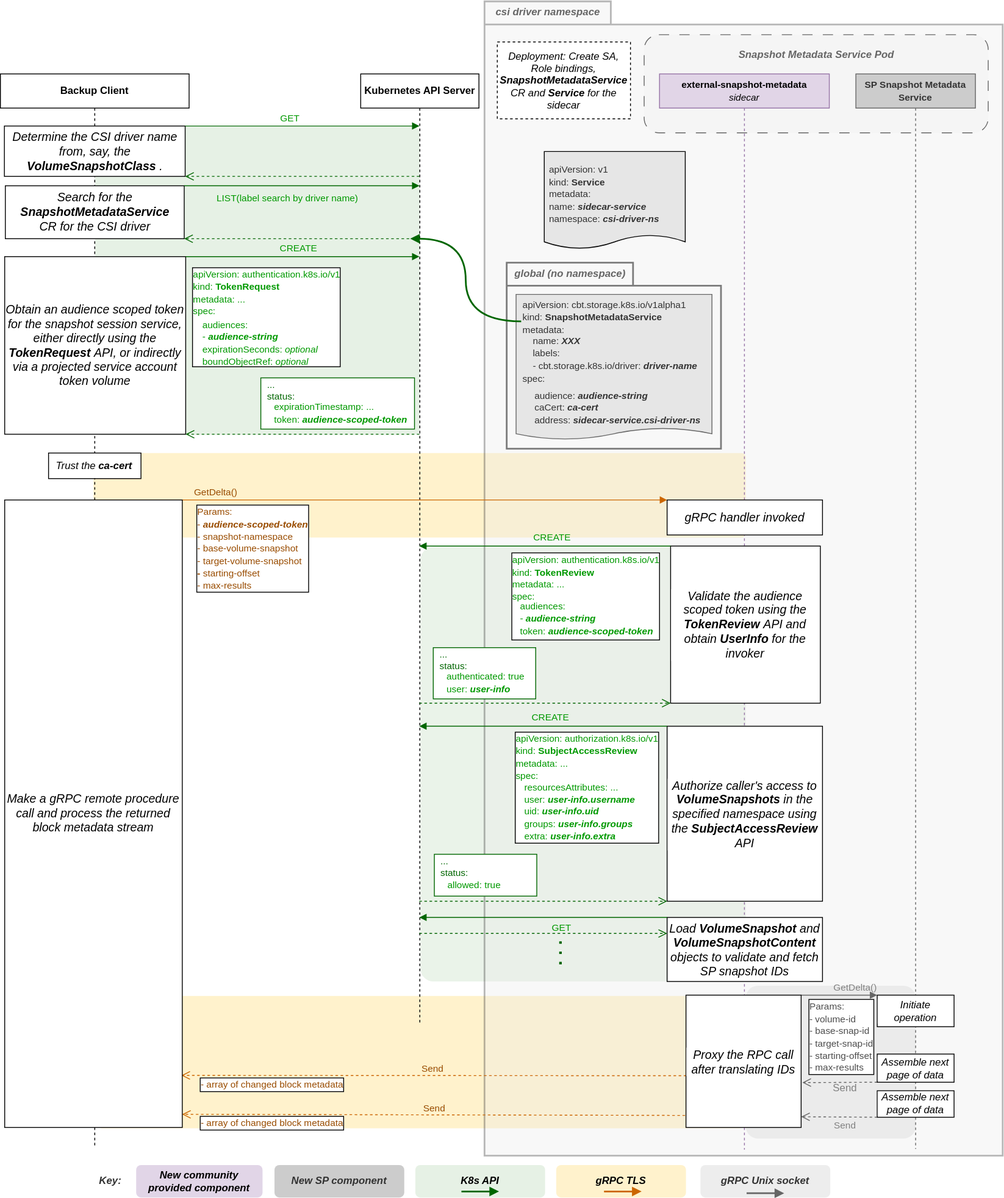
Before: keps/sig-storage/3314-csi-changed-block-tracking/flow.drawio.svg, a diagram exported from draw.io (kubernetes/enhancements). Source tidied: cells renumbered, new cells last; positions are measured from the earlier drawing's top-left corner, leaving out a move shared by most shapes.
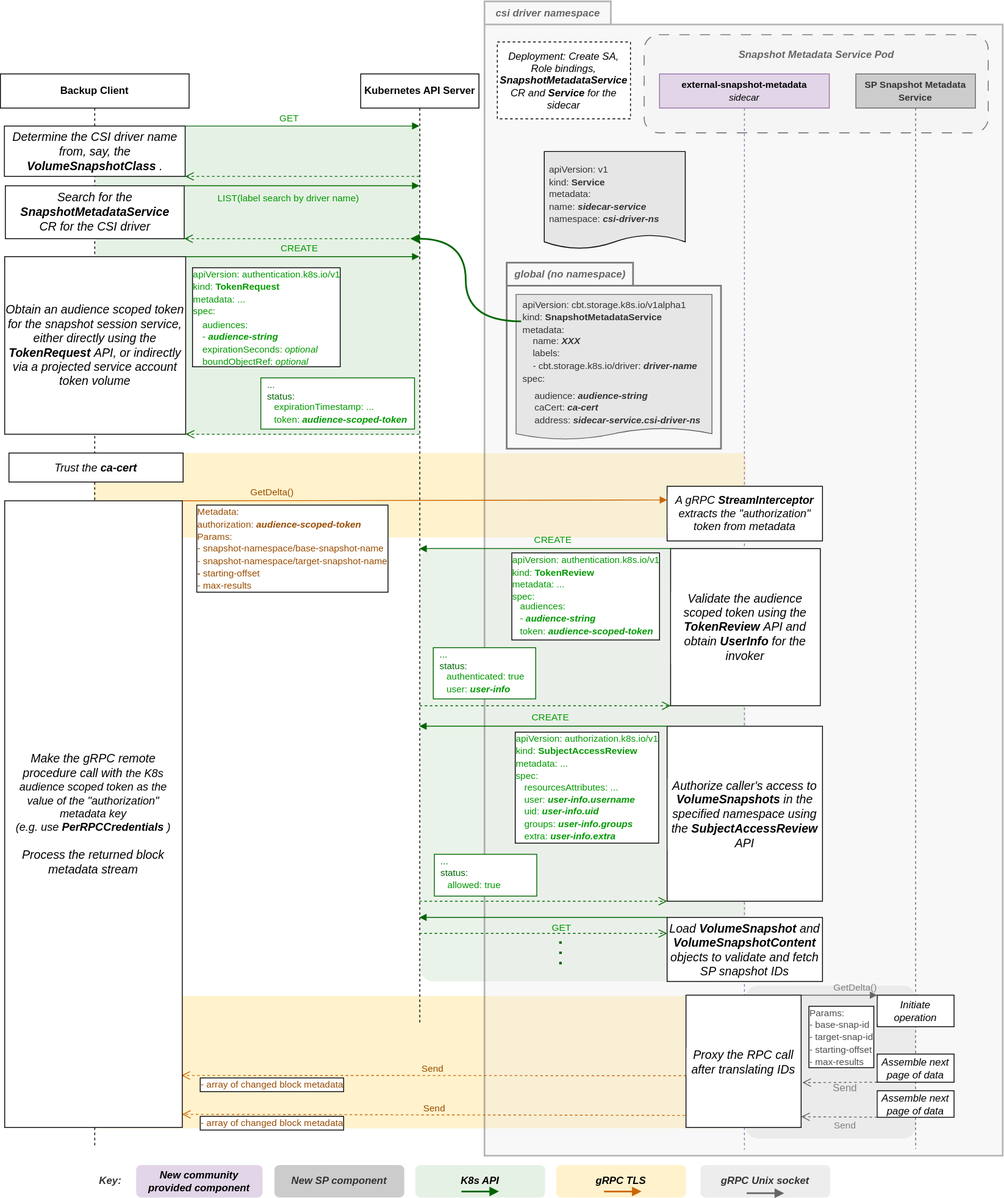
After the commit.

Commit message:
Removed the security_token and namespace from the gRPC spec. Pass the security token via the metadata authorization key. Pass the namespace as part of the K8s snapshot id string.

Diff of the diagram source:
```diff
@@ -55,13 +55,11 @@
     <mxCell id="18" value="&lt;b&gt;Kubernetes API Server&lt;/b&gt;" style="shape=umlLifeline;perimeter=lifelinePerimeter;whiteSpace=wrap;html=1;outlineConnect=0;" parent="1" vertex="1">
       <mxGeometry x="422" y="85" width="138.5" height="1111" as="geometry" />
     </mxCell>
-    <mxCell id="19" value="&lt;font style=&quot;font-size: 11px;&quot; color=&quot;#994c00&quot;&gt;GetDelta()&lt;/font&gt;" style="html=1;verticalAlign=bottom;endArrow=block;labelBackgroundColor=none;strokeColor=#CC6600;fontSize=12;fontColor=#808080;entryX=0;entryY=0;entryDx=0;entryDy=0;exitX=1;exitY=0;exitDx=0;exitDy=0;" parent="1" edge="1" source="52" target="48">
-      <mxGeometry x="-0.87" relative="1" as="geometry">
-        <mxPoint x="1" as="offset" />
-      </mxGeometry>
+    <mxCell id="19" value="&lt;font style=&quot;font-size: 11px;&quot; color=&quot;#994c00&quot;&gt;GetDelta()&lt;/font&gt;" style="html=1;verticalAlign=bottom;endArrow=block;labelBackgroundColor=none;strokeColor=#CC6600;fontSize=12;fontColor=#808080;exitX=1;exitY=0;exitDx=0;exitDy=0;entryX=0;entryY=0.25;entryDx=0;entryDy=0;" parent="1" edge="1" source="52" target="48">
+      <mxGeometry x="-0.63" y="1" relative="1" as="geometry" />
     </mxCell>
-    <mxCell id="20" value="&lt;font style=&quot;font-size: 11px;&quot;&gt;&lt;font color=&quot;#994c00&quot;&gt;Params:&lt;br&gt;- &lt;b&gt;&lt;i&gt;audience-scoped-token&amp;nbsp;&lt;/i&gt;&lt;/b&gt;&lt;br&gt;- snapshot-namespace&lt;br&gt;- base-volume-snapshot&lt;br&gt;- target-volume-snapshot&lt;br&gt;&lt;b&gt;- &lt;/b&gt;starting-offset&lt;br&gt;- max-results&lt;/font&gt;&lt;br&gt;&lt;/font&gt;" style="text;html=1;strokeColor=none;fillColor=none;align=left;verticalAlign=middle;whiteSpace=wrap;rounded=0;fontColor=#009900;labelBorderColor=default;labelBackgroundColor=default;" parent="1" vertex="1">
-      <mxGeometry x="228" y="589" width="140" height="103" as="geometry" />
+    <mxCell id="20" value="&lt;font style=&quot;font-size: 11px;&quot;&gt;&lt;font color=&quot;#994c00&quot;&gt;Metadata:&lt;br&gt;&amp;nbsp;authorization: &lt;i&gt;&lt;b&gt;audience-scoped-token&lt;/b&gt;&lt;/i&gt;&lt;br&gt;Params:&lt;br&gt;- snapshot-namespace/base-snapshot-name&lt;br&gt;- snapshot-namespace/target-snapshot-name&amp;nbsp;&lt;br&gt;&lt;b&gt;- &lt;/b&gt;starting-offset&lt;br&gt;- max-results&lt;/font&gt;&lt;br&gt;&lt;/font&gt;" style="text;html=1;strokeColor=none;fillColor=none;align=left;verticalAlign=middle;whiteSpace=wrap;rounded=0;fontColor=#009900;labelBorderColor=default;labelBackgroundColor=default;" parent="1" vertex="1">
+      <mxGeometry x="228" y="589" width="245" height="103" as="geometry" />
     </mxCell>
     <mxCell id="21" style="html=1;verticalAlign=bottom;endArrow=open;dashed=1;endSize=8;labelBackgroundColor=none;strokeColor=#CC6600;fontSize=12;fontColor=#000000;entryX=0.995;entryY=0.917;entryDx=0;entryDy=0;entryPerimeter=0;exitX=0.003;exitY=0.609;exitDx=0;exitDy=0;exitPerimeter=0;" parent="1" edge="1" source="38" target="52">
       <mxGeometry relative="1" as="geometry" />
@@ -114,7 +112,7 @@
     <mxCell id="35" value="&lt;i&gt;Assemble next page of data&lt;/i&gt;" style="rounded=0;whiteSpace=wrap;html=1;labelBackgroundColor=#FFFFFF;labelBorderColor=none;fillStyle=solid;fontSize=12;fontColor=#000000;" parent="32" vertex="1">
       <mxGeometry x="25" y="1191" width="90" height="31" as="geometry" />
     </mxCell>
-    <mxCell id="36" value="&lt;font style=&quot;font-size: 11px;&quot;&gt;&lt;font color=&quot;#4d4d4d&quot;&gt;Params:&lt;br&gt;- volume-id&lt;br&gt;- base-snap-id&lt;br&gt;- target-snap-id&lt;br&gt;- starting-offset&lt;br&gt;- max-results&lt;/font&gt;&lt;br&gt;&lt;/font&gt;" style="text;html=1;strokeColor=none;fillColor=none;align=left;verticalAlign=middle;whiteSpace=wrap;rounded=0;fontColor=#009900;labelBorderColor=default;labelBackgroundColor=default;" parent="32" vertex="1">
+    <mxCell id="36" value="&lt;font style=&quot;font-size: 11px;&quot;&gt;&lt;font color=&quot;#4d4d4d&quot;&gt;Params:&lt;br&gt;- base-snap-id&lt;br&gt;- target-snap-id&lt;br&gt;- starting-offset&lt;br&gt;- max-results&lt;/font&gt;&lt;br&gt;&lt;/font&gt;" style="text;html=1;strokeColor=none;fillColor=none;align=left;verticalAlign=middle;whiteSpace=wrap;rounded=0;fontColor=#009900;labelBorderColor=default;labelBackgroundColor=default;" parent="32" vertex="1">
       <mxGeometry x="-57" y="1076" width="80" height="103" as="geometry" />
     </mxCell>
     <mxCell id="37" value="&lt;span style=&quot;font-size: 11px;&quot;&gt;&lt;b&gt;external-snapshot-metadata&lt;br&gt;&lt;/b&gt;&lt;i&gt;sidecar&lt;/i&gt;&lt;br&gt;&lt;/span&gt;" style="shape=umlLifeline;perimeter=lifelinePerimeter;whiteSpace=wrap;html=1;fillColor=#e1d5e7;strokeColor=#9673a6;" parent="1" vertex="1">
@@ -152,23 +150,23 @@
     <mxCell id="47" value="&lt;i&gt;&lt;font style=&quot;font-size: 14px;&quot;&gt;Authorize caller's access to&amp;nbsp;&lt;b&gt;VolumeSnapshots&lt;/b&gt;&amp;nbsp;in the specified namespace using the &lt;b&gt;SubjectAccessReview&lt;/b&gt; API&lt;/font&gt;&lt;/i&gt;" style="rounded=0;whiteSpace=wrap;html=1;labelBackgroundColor=#FFFFFF;labelBorderColor=none;fillStyle=solid;fontSize=12;fontColor=#000000;" parent="37" vertex="1">
       <mxGeometry x="8.9" y="764" width="182" height="205" as="geometry" />
     </mxCell>
-    <mxCell id="48" value="&lt;i&gt;&lt;font style=&quot;font-size: 14px;&quot;&gt;gRPC handler invoked&lt;/font&gt;&lt;/i&gt;" style="rounded=0;whiteSpace=wrap;html=1;labelBackgroundColor=#FFFFFF;labelBorderColor=none;fillStyle=solid;fontSize=12;fontColor=#000000;" parent="37" vertex="1">
-      <mxGeometry x="8.9" y="499" width="182" height="41" as="geometry" />
+    <mxCell id="48" value="&lt;span style=&quot;font-size: 13px;&quot;&gt;&lt;i&gt;A gRPC &lt;b&gt;StreamInterceptor&lt;/b&gt;&amp;nbsp;extracts the &quot;authorization&quot; token from metadata&lt;/i&gt;&lt;/span&gt;" style="rounded=0;whiteSpace=wrap;html=1;labelBackgroundColor=#FFFFFF;labelBorderColor=none;fillStyle=solid;fontSize=12;fontColor=#000000;" parent="37" vertex="1">
+      <mxGeometry x="8.9" y="483" width="182" height="64" as="geometry" />
     </mxCell>
     <mxCell id="49" value="&lt;font style=&quot;font-size: 14px;&quot; color=&quot;#000000&quot;&gt;&lt;i&gt;Load &lt;b&gt;VolumeSnapshot&lt;/b&gt; and &lt;b&gt;VolumeSnapshotContent&lt;/b&gt; objects to validate and fetch SP snapshot IDs&lt;/i&gt;&lt;br&gt;&lt;/font&gt;" style="rounded=0;whiteSpace=wrap;html=1;labelBackgroundColor=none;labelBorderColor=none;fillStyle=solid;fontSize=12;fontColor=#007FFF;" parent="37" vertex="1">
       <mxGeometry x="8.9" y="988" width="182" height="75" as="geometry" />
     </mxCell>
     <mxCell id="50" value="&lt;i&gt;&lt;font style=&quot;font-size: 14px;&quot;&gt;Validate the audience scoped token using the &lt;b&gt;TokenReview&lt;/b&gt; API and obtain &lt;b&gt;UserInfo&lt;/b&gt; for the invoker&lt;/font&gt;&lt;/i&gt;" style="rounded=0;whiteSpace=wrap;html=1;labelBackgroundColor=#FFFFFF;labelBorderColor=none;fillStyle=solid;fontSize=12;fontColor=#000000;strokeWidth=1;" parent="37" vertex="1">
-      <mxGeometry x="13" y="553" width="175.4" height="184" as="geometry" />
+      <mxGeometry x="13" y="556" width="175.4" height="184" as="geometry" />
     </mxCell>
     <mxCell id="51" value="&lt;b&gt;Backup Client&lt;/b&gt;" style="shape=umlLifeline;perimeter=lifelinePerimeter;whiteSpace=wrap;html=1;" parent="1" vertex="1">
       <mxGeometry y="85" width="221" height="1258" as="geometry" />
     </mxCell>
-    <mxCell id="52" value="&lt;font color=&quot;#000000&quot;&gt;&lt;i&gt;&lt;font style=&quot;font-size: 14px;&quot;&gt;Make a gRPC remote procedure call and process the returned block metadata stream&lt;/font&gt;&lt;/i&gt;&lt;br&gt;&lt;/font&gt;" style="rounded=0;whiteSpace=wrap;html=1;labelBackgroundColor=none;labelBorderColor=none;fillStyle=solid;fontSize=12;fontColor=#007FFF;" parent="51" vertex="1">
-      <mxGeometry x="5" y="499" width="208" height="735" as="geometry" />
+    <mxCell id="52" value="&lt;font color=&quot;#000000&quot;&gt;&lt;i&gt;&lt;font style=&quot;font-size: 14px;&quot;&gt;Make the gRPC remote procedure call with&amp;nbsp;&lt;/font&gt;&lt;/i&gt;&lt;/font&gt;&lt;i style=&quot;border-color: var(--border-color); color: rgb(0, 0, 0); font-size: 13px;&quot;&gt;the K8s audience scoped token as the value of the &quot;authorization&quot; metadata key&lt;br&gt;(e.g. use&amp;nbsp;&lt;b style=&quot;border-color: var(--border-color);&quot;&gt;PerRPCCredentials&lt;/b&gt;&lt;span style=&quot;border-color: var(--border-color);&quot;&gt;)&lt;br&gt;&lt;/span&gt;&lt;/i&gt;&lt;font color=&quot;#000000&quot;&gt;&lt;i&gt;&lt;font style=&quot;font-size: 14px;&quot;&gt;&lt;br&gt;Process the returned block metadata stream&lt;/font&gt;&lt;/i&gt;&lt;br&gt;&lt;/font&gt;" style="rounded=0;whiteSpace=wrap;html=1;labelBackgroundColor=none;labelBorderColor=none;fillStyle=solid;fontSize=12;fontColor=#007FFF;" parent="51" vertex="1">
+      <mxGeometry x="5" y="500" width="208" height="734" as="geometry" />
     </mxCell>
-    <mxCell id="53" value="&lt;i&gt;Trust the&amp;nbsp;&lt;b&gt;ca-cert&lt;/b&gt;&lt;/i&gt;" style="rounded=0;whiteSpace=wrap;html=1;labelBackgroundColor=#FFFFFF;labelBorderColor=none;fillStyle=solid;fontSize=12;fontColor=#000000;" parent="51" vertex="1">
-      <mxGeometry x="56.4" y="444" width="108.2" height="30" as="geometry" />
+    <mxCell id="53" value="&lt;i style=&quot;font-size: 13px;&quot;&gt;Trust the&amp;nbsp;&lt;b&gt;ca-cert&lt;/b&gt;&lt;br&gt;&lt;/i&gt;" style="rounded=0;whiteSpace=wrap;html=1;labelBackgroundColor=#FFFFFF;labelBorderColor=none;fillStyle=solid;fontSize=12;fontColor=#000000;" parent="51" vertex="1">
+      <mxGeometry x="10" y="444" width="204" height="34" as="geometry" />
     </mxCell>
     <mxCell id="54" value="&lt;font style=&quot;font-size: 14px;&quot; color=&quot;#000000&quot;&gt;&lt;i&gt;Determine the CSI driver name from, say, the &lt;b&gt;VolumeSnapshotClass&lt;/b&gt;.&lt;/i&gt;&lt;br&gt;&lt;/font&gt;" style="rounded=0;whiteSpace=wrap;html=1;labelBackgroundColor=none;labelBorderColor=none;fillStyle=solid;fontSize=12;fontColor=#007FFF;" parent="51" vertex="1">
       <mxGeometry x="4.6" y="61" width="211.8" height="59" as="geometry" />
@@ -222,10 +220,8 @@
     <mxCell id="69" value="&lt;font color=&quot;#009900&quot;&gt;&lt;span style=&quot;font-size: 11px;&quot;&gt;audiences:&lt;br&gt;- &lt;i&gt;&lt;b&gt;audience-string&lt;/b&gt;&lt;/i&gt;&lt;br&gt;&lt;/span&gt;&lt;/font&gt;&lt;span style=&quot;color: rgb(0, 153, 0); font-size: 11px;&quot;&gt;token:&amp;nbsp;&lt;/span&gt;&lt;i style=&quot;border-color: var(--border-color); color: rgb(0, 153, 0); font-size: 11px;&quot;&gt;&lt;b style=&quot;border-color: var(--border-color);&quot;&gt;audience-scoped-token&lt;/b&gt;&lt;/i&gt;&lt;font color=&quot;#009900&quot;&gt;&lt;span style=&quot;font-size: 11px;&quot;&gt;&lt;br&gt;&lt;/span&gt;&lt;/font&gt;" style="text;html=1;strokeColor=none;fillColor=none;align=left;verticalAlign=middle;whiteSpace=wrap;rounded=0;dashed=1;fontColor=#666666;" parent="67" vertex="1">
       <mxGeometry x="10" y="54.6" width="163" height="47.8" as="geometry" />
     </mxCell>
-    <mxCell id="70" style="html=1;verticalAlign=bottom;endArrow=block;labelBackgroundColor=none;strokeColor=#006600;fontSize=12;fontColor=#000000;exitX=0;exitY=0;exitDx=0;exitDy=0;" parent="1" edge="1" source="50">
-      <mxGeometry relative="1" as="geometry">
-        <mxPoint x="490.6" y="638" as="targetPoint" />
-      </mxGeometry>
+    <mxCell id="70" style="html=1;verticalAlign=bottom;endArrow=block;labelBackgroundColor=none;strokeColor=#006600;fontSize=12;fontColor=#000000;exitX=0;exitY=0;exitDx=0;exitDy=0;" parent="1" edge="1" source="50" target="18">
+      <mxGeometry relative="1" as="geometry" />
     </mxCell>
     <mxCell id="71" value="CREATE" style="edgeLabel;html=1;align=center;verticalAlign=middle;fontColor=#009900;labelBackgroundColor=none;" parent="70" vertex="1">
       <mxGeometry x="-0.08" y="1" relative="1" as="geometry">
@@ -234,7 +230,7 @@
     </mxCell>
     <mxCell id="72" style="html=1;verticalAlign=bottom;endArrow=open;dashed=1;endSize=8;strokeColor=#006600;entryX=0;entryY=1;entryDx=0;entryDy=0;" parent="1" edge="1" target="50">
       <mxGeometry relative="1" as="geometry">
-        <mxPoint x="490.6" y="822" as="sourcePoint" />
+        <mxPoint x="491" y="825" as="sourcePoint" />
       </mxGeometry>
     </mxCell>
     <mxCell id="73" style="group;" parent="1" vertex="1">
```
